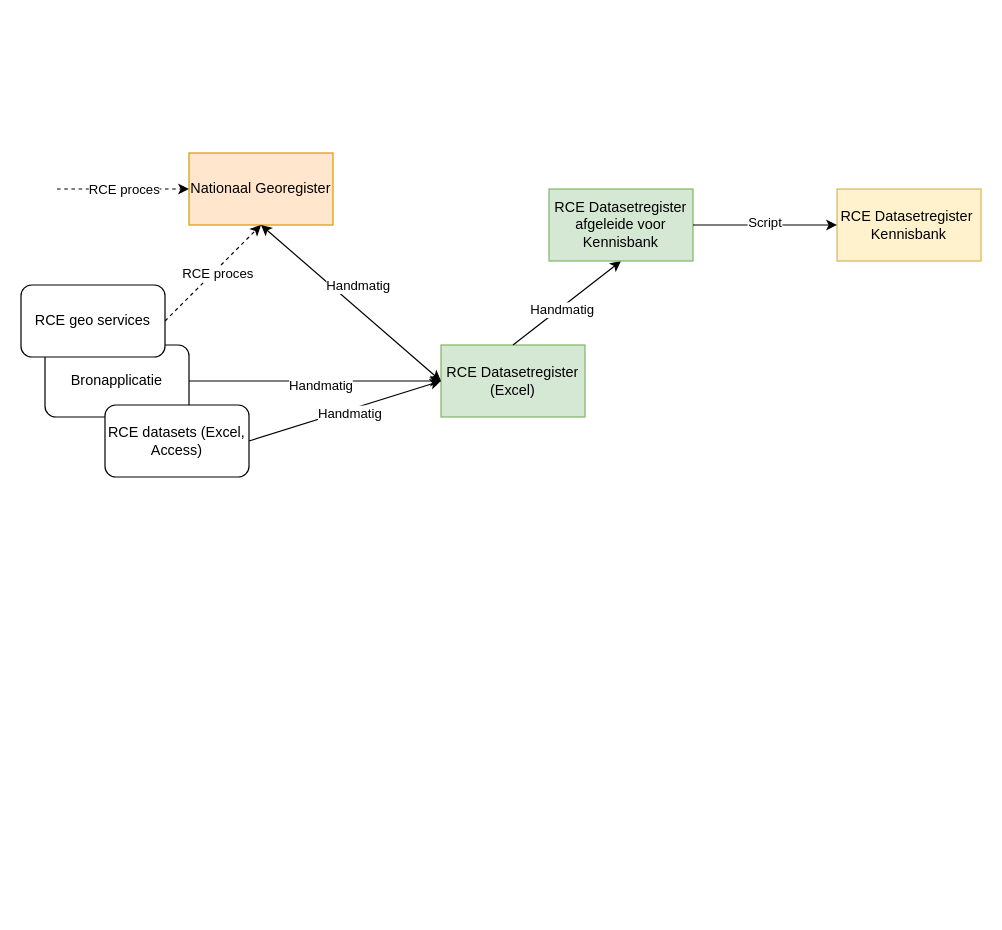
Before: metadata-landschapRCE-v01.drawio in cultureelerfgoed/DNA_NL, a draw.io diagram. Source tidied: cells renumbered, new cells numbered last; positions are measured from the earlier drawing's top-left corner, leaving out a move shared by most shapes. Both pictures are drawn from the tidied source at 120%, with x=0, y=0 at pixel (20, 152).
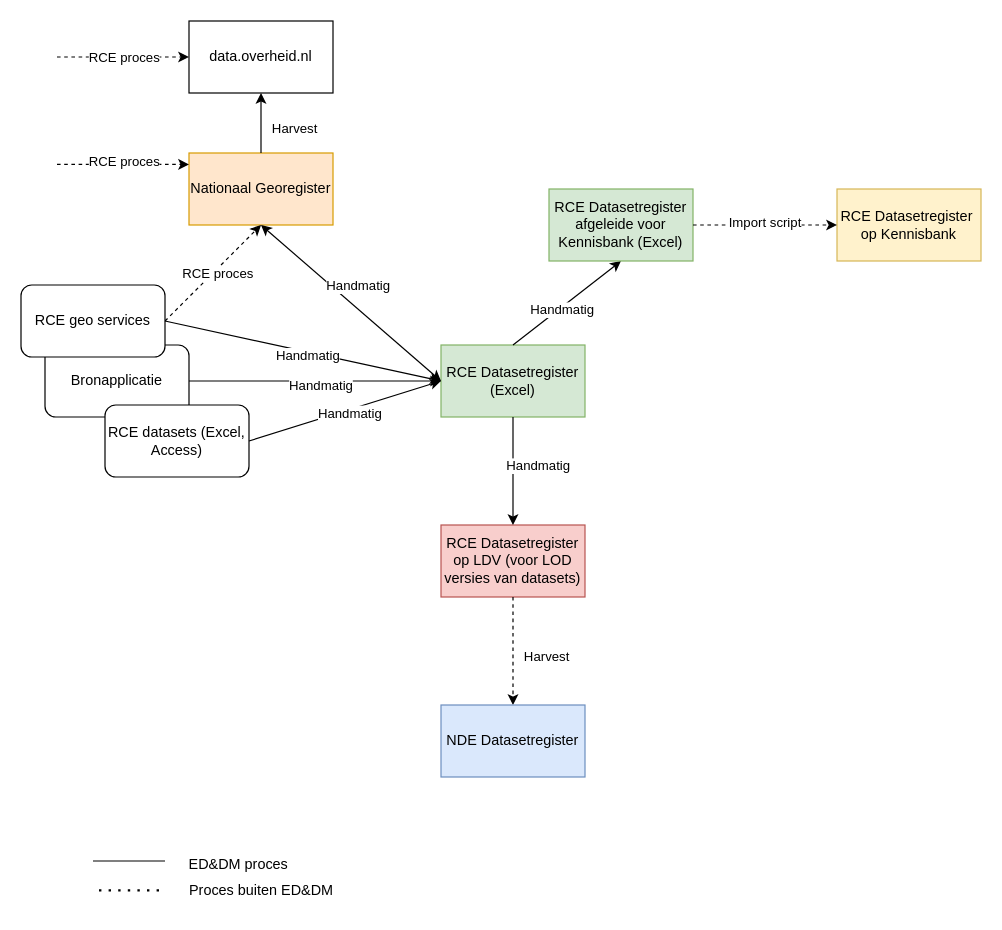
The same diagram, later.

The change refers to these unchanged cells:
```xml
<mxCell id="2" value="RCE Datasetregister (Excel)" style="rounded=0;whiteSpace=wrap;html=1;fillColor=#d5e8d4;strokeColor=#82b366;" parent="1" vertex="1">
  <mxGeometry x="350" y="160" width="120" height="60" as="geometry" />
</mxCell>
<mxCell id="3" value="Nationaal Georegister" style="rounded=0;whiteSpace=wrap;html=1;fillColor=#ffe6cc;strokeColor=#d79b00;" parent="1" vertex="1">
  <mxGeometry x="140" width="120" height="60" as="geometry" />
</mxCell>
<mxCell id="20" value="RCE geo services" style="rounded=1;whiteSpace=wrap;html=1;" parent="1" vertex="1">
  <mxGeometry y="110" width="120" height="60" as="geometry" />
</mxCell>
```

Change to the diagram source:
```diff
@@
     <mxCell id="4" style="endArrow=classic;html=1;rounded=0;entryX=0;entryY=0.5;entryDx=0;entryDy=0;dashed=1;" parent="1" edge="1">
       <mxGeometry relative="1" as="geometry">
-        <mxPoint x="30" y="30" as="sourcePoint" />
-        <mxPoint x="140" y="30" as="targetPoint" />
+        <mxPoint x="30" y="9.5" as="sourcePoint" />
+        <mxPoint x="140" y="9.5" as="targetPoint" />
       </mxGeometry>
     </mxCell>
     <mxCell id="5" value="RCE proces" style="edgeLabel;html=1;align=center;verticalAlign=middle;" parent="4" vertex="1">
       <mxGeometry x="-0.03" y="-3" relative="1" as="geometry">
-        <mxPoint x="2" y="-3" as="offset" />
+        <mxPoint x="2" y="-6" as="offset" />
       </mxGeometry>
     </mxCell>
@@
-    <mxCell id="7" value="RCE Datasetregister afgeleide voor Kennisbank" style="rounded=0;whiteSpace=wrap;html=1;fillColor=#d5e8d4;strokeColor=#82b366;" parent="1" vertex="1">
+    <mxCell id="7" value="RCE Datasetregister afgeleide voor Kennisbank (Excel)" style="rounded=0;whiteSpace=wrap;html=1;fillColor=#d5e8d4;strokeColor=#82b366;" parent="1" vertex="1">
       <mxGeometry x="440" y="30" width="120" height="60" as="geometry" />
     </mxCell>
@@
-    <mxCell id="9" value="RCE Datasetregister&amp;nbsp; Kennisbank" style="rounded=0;whiteSpace=wrap;html=1;fillColor=#fff2cc;strokeColor=#d6b656;" parent="1" vertex="1">
+    <mxCell id="9" value="RCE Datasetregister&amp;nbsp; op Kennisbank" style="rounded=0;whiteSpace=wrap;html=1;fillColor=#fff2cc;strokeColor=#d6b656;" parent="1" vertex="1">
       <mxGeometry x="680" y="30" width="120" height="60" as="geometry" />
     </mxCell>
-    <mxCell id="10" style="endArrow=classic;html=1;rounded=0;entryX=0;entryY=0.5;entryDx=0;entryDy=0;exitX=1;exitY=0.5;exitDx=0;exitDy=0;" parent="1" edge="1" source="7" target="9">
+    <mxCell id="10" style="endArrow=classic;html=1;rounded=0;entryX=0;entryY=0.5;entryDx=0;entryDy=0;exitX=1;exitY=0.5;exitDx=0;exitDy=0;dashed=1;" parent="1" edge="1" source="7" target="9">
       <mxGeometry relative="1" as="geometry" />
     </mxCell>
-    <mxCell id="11" value="Script" style="edgeLabel;html=1;align=center;verticalAlign=middle;" parent="1" vertex="1">
+    <mxCell id="11" value="Import script" style="edgeLabel;html=1;align=center;verticalAlign=middle;" parent="1" vertex="1">
       <mxGeometry x="640" y="60" as="geometry">
         <mxPoint x="-21" y="-3" as="offset" />
       </mxGeometry>
     </mxCell>
@@
-    <mxCell id="21" style="endArrow=classic;startArrow=classic;html=1;rounded=0;exitX=0;exitY=0.5;exitDx=0;exitDy=0;" parent="1" edge="1" source="2">
-      <mxGeometry relative="1" as="geometry">
-        <mxPoint x="200" y="60" as="targetPoint" />
-      </mxGeometry>
+    <mxCell id="21" style="endArrow=classic;startArrow=classic;html=1;rounded=0;exitX=0;exitY=0.5;exitDx=0;exitDy=0;entryX=0.5;entryY=1;entryDx=0;entryDy=0;" parent="1" edge="1" source="2" target="3">
+      <mxGeometry relative="1" as="geometry" />
     </mxCell>
@@
+    <mxCell id="23" style="endArrow=classic;html=1;rounded=0;exitX=1;exitY=0.5;exitDx=0;exitDy=0;entryX=0;entryY=0.5;entryDx=0;entryDy=0;" parent="1" edge="1" source="20" target="2">
+      <mxGeometry relative="1" as="geometry" />
+    </mxCell>
+    <mxCell id="24" value="Handmatig" style="edgeLabel;html=1;align=center;verticalAlign=middle;" parent="23" vertex="1">
+      <mxGeometry x="0.04" y="-3" relative="1" as="geometry" />
+    </mxCell>
+    <mxCell id="25" value="RCE Datasetregister op LDV (voor LOD versies van datasets)" style="rounded=0;whiteSpace=wrap;html=1;fillColor=#f8cecc;strokeColor=#b85450;" parent="1" vertex="1">
+      <mxGeometry x="350" y="310" width="120" height="60" as="geometry" />
+    </mxCell>
+    <mxCell id="26" style="endArrow=classic;html=1;rounded=0;entryX=0.5;entryY=0;entryDx=0;entryDy=0;exitX=0.5;exitY=1;exitDx=0;exitDy=0;" parent="1" edge="1" source="2" target="25">
+      <mxGeometry relative="1" as="geometry" />
+    </mxCell>
+    <mxCell id="27" style="endArrow=classic;startArrow=none;html=1;rounded=0;exitX=0.5;exitY=1;exitDx=0;exitDy=0;dashed=1;startFill=0;" parent="1" edge="1" source="25" target="28">
+      <mxGeometry relative="1" as="geometry" />
+    </mxCell>
+    <mxCell id="28" value="NDE Datasetregister" style="rounded=0;whiteSpace=wrap;html=1;fillColor=#dae8fc;strokeColor=#6c8ebf;" parent="1" vertex="1">
+      <mxGeometry x="350" y="460" width="120" height="60" as="geometry" />
+    </mxCell>
+    <mxCell id="29" value="Handmatig" style="edgeLabel;html=1;align=center;verticalAlign=middle;" parent="1" vertex="1">
+      <mxGeometry x="430" y="260" as="geometry" />
+    </mxCell>
+    <mxCell id="30" value="Harvest" style="edgeLabel;html=1;align=center;verticalAlign=middle;" parent="1" vertex="1">
+      <mxGeometry x="430" y="420" as="geometry">
+        <mxPoint x="7" y="-1" as="offset" />
+      </mxGeometry>
+    </mxCell>
+    <mxCell id="31" value="data.overheid.nl" style="rounded=0;whiteSpace=wrap;html=1;" parent="1" vertex="1">
+      <mxGeometry x="140" y="-110" width="120" height="60" as="geometry" />
+    </mxCell>
+    <mxCell id="32" style="endArrow=classic;html=1;rounded=0;entryX=0;entryY=0.5;entryDx=0;entryDy=0;dashed=1;" parent="1" edge="1" target="31">
+      <mxGeometry relative="1" as="geometry">
+        <mxPoint x="30" y="-80" as="sourcePoint" />
+      </mxGeometry>
+    </mxCell>
+    <mxCell id="33" value="RCE proces" style="edgeLabel;html=1;align=center;verticalAlign=middle;" parent="32" vertex="1">
+      <mxGeometry x="-0.03" y="-3" relative="1" as="geometry">
+        <mxPoint x="2" y="-3" as="offset" />
+      </mxGeometry>
+    </mxCell>
+    <mxCell id="34" style="endArrow=classic;html=1;rounded=0;entryX=0.5;entryY=1;entryDx=0;entryDy=0;" parent="1" edge="1" source="3" target="31">
+      <mxGeometry relative="1" as="geometry" />
+    </mxCell>
+    <mxCell id="35" value="Harvest" style="edgeLabel;html=1;align=center;verticalAlign=middle;" parent="1" vertex="1">
+      <mxGeometry x="220" y="-20" as="geometry">
+        <mxPoint x="7" y="-1" as="offset" />
+      </mxGeometry>
+    </mxCell>
+    <mxCell id="36" value="Proces buiten ED&amp;amp;DM" style="text;html=1;align=center;verticalAlign=middle;strokeColor=none;fillColor=none;" parent="1" vertex="1">
+      <mxGeometry x="130" y="600" width="140" height="30" as="geometry" />
+    </mxCell>
+    <mxCell id="37" style="endArrow=none;dashed=1;html=1;dashPattern=1 3;strokeWidth=2;rounded=0;" parent="1" edge="1">
+      <mxGeometry relative="1" as="geometry">
+        <mxPoint x="65" y="614.5" as="sourcePoint" />
+        <mxPoint x="120" y="614.5" as="targetPoint" />
+      </mxGeometry>
+    </mxCell>
+    <mxCell id="38" style="endArrow=none;html=1;rounded=0;" parent="1" edge="1">
+      <mxGeometry relative="1" as="geometry">
+        <mxPoint x="60" y="590" as="sourcePoint" />
+        <mxPoint x="120" y="590" as="targetPoint" />
+      </mxGeometry>
+    </mxCell>
+    <mxCell id="39" value="ED&amp;amp;DM proces" style="text;html=1;align=center;verticalAlign=middle;strokeColor=none;fillColor=none;" parent="1" vertex="1">
+      <mxGeometry x="126" y="578" width="110" height="30" as="geometry" />
+    </mxCell>
```
